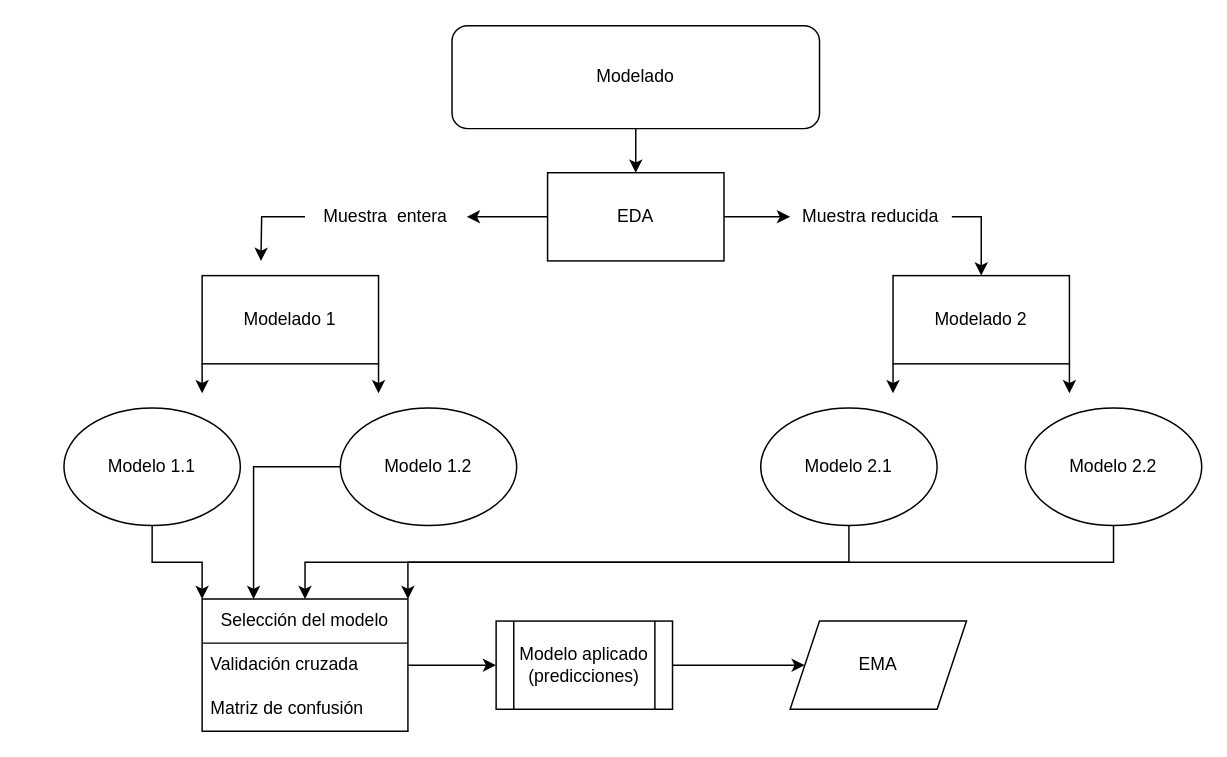
Before: brief/Diagrama sin título.drawio in alexisrangelcalvo/FP-LM-MAEA-UJED-1S, a draw.io diagram. Source tidied: cells renumbered, new cells numbered last; positions are measured from the earlier drawing's top-left corner, leaving out a move shared by most shapes. Both pictures are drawn from the tidied source at 147%, with x=0, y=0 at pixel (63, 25).
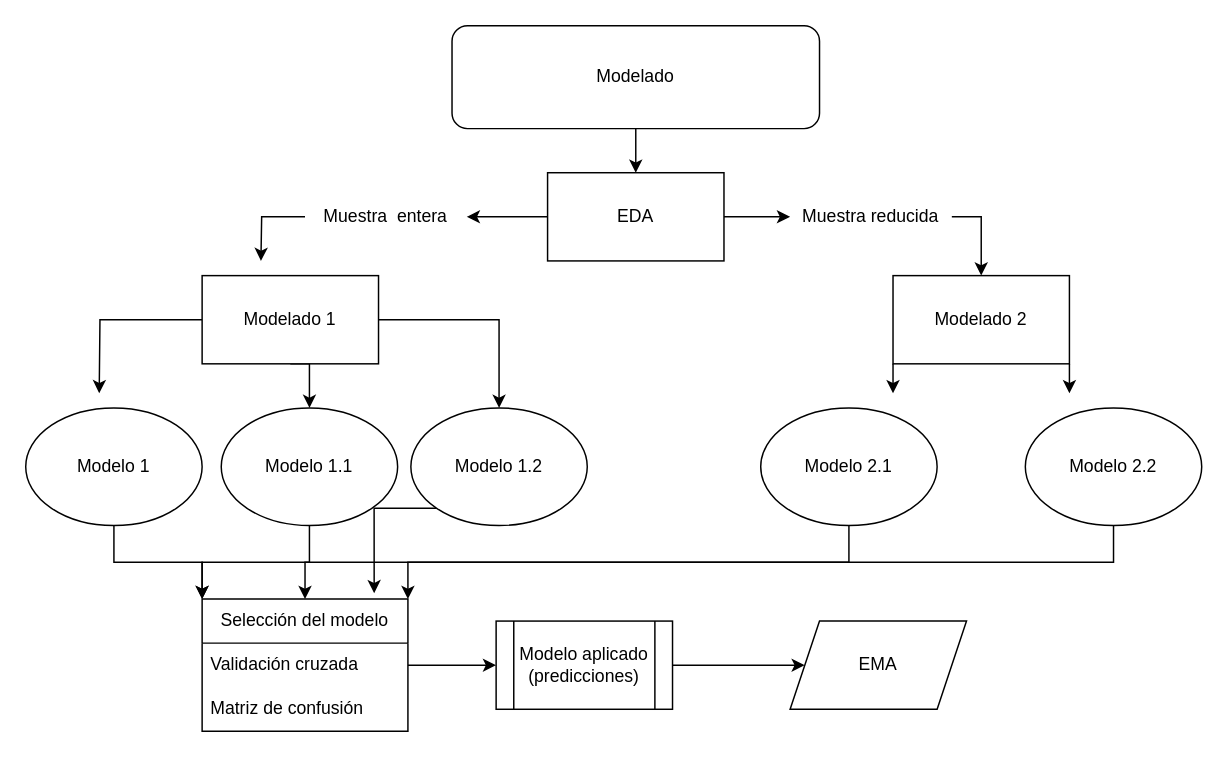
The same page after the edit.

The change refers to these unchanged cells:
```xml
<mxCell id="9" value="Modelado 1" style="rounded=0;whiteSpace=wrap;html=1;" parent="1" vertex="1">
  <mxGeometry x="94" y="170" width="120" height="60" as="geometry" />
</mxCell>
<mxCell id="28" value="Selección del modelo" style="swimlane;fontStyle=0;horizontal=1;startSize=30;whiteSpace=wrap;html=1;" parent="1" vertex="1">
  <mxGeometry x="94" y="390" width="140" height="90" as="geometry" />
</mxCell>
```

What changed in the source:
```diff
@@
-    <mxCell id="7" style="edgeStyle=orthogonalEdgeStyle;rounded=0;jettySize=auto;html=1;exitX=0;exitY=1;exitDx=0;exitDy=0;" parent="1" edge="1" source="9">
-      <mxGeometry relative="1" as="geometry">
-        <mxPoint x="94" y="250" as="targetPoint" />
-      </mxGeometry>
-    </mxCell>
-    <mxCell id="8" style="edgeStyle=orthogonalEdgeStyle;rounded=0;jettySize=auto;html=1;exitX=1;exitY=1;exitDx=0;exitDy=0;" parent="1" edge="1" source="9">
-      <mxGeometry relative="1" as="geometry">
-        <mxPoint x="214" y="250" as="targetPoint" />
-      </mxGeometry>
-    </mxCell>
+    <mxCell id="32" style="edgeStyle=orthogonalEdgeStyle;rounded=0;jettySize=auto;html=1;exitX=1;exitY=0.5;exitDx=0;exitDy=0;" parent="1" edge="1" source="9" target="16">
+      <mxGeometry relative="1" as="geometry" />
+    </mxCell>
+    <mxCell id="33" style="edgeStyle=orthogonalEdgeStyle;rounded=0;jettySize=auto;html=1;exitX=0.5;exitY=1;exitDx=0;exitDy=0;entryX=0.5;entryY=0;entryDx=0;entryDy=0;" parent="1" edge="1" source="9" target="14">
+      <mxGeometry relative="1" as="geometry" />
+    </mxCell>
+    <mxCell id="34" style="edgeStyle=orthogonalEdgeStyle;rounded=0;jettySize=auto;html=1;" parent="1" edge="1" source="9">
+      <mxGeometry relative="1" as="geometry">
+        <mxPoint x="24" y="250" as="targetPoint" />
+      </mxGeometry>
+    </mxCell>
@@
     <mxCell id="14" value="Modelo 1.1" style="ellipse;whiteSpace=wrap;html=1;" parent="1" vertex="1">
-      <mxGeometry y="260" width="120" height="80" as="geometry" />
+      <mxGeometry x="107" y="260" width="120" height="80" as="geometry" />
     </mxCell>
-    <mxCell id="15" style="edgeStyle=orthogonalEdgeStyle;rounded=0;jettySize=auto;html=1;exitX=0;exitY=0.5;exitDx=0;exitDy=0;entryX=0.25;entryY=0;entryDx=0;entryDy=0;" parent="1" edge="1" source="16" target="28">
+    <mxCell id="15" style="edgeStyle=orthogonalEdgeStyle;rounded=0;jettySize=auto;html=1;exitX=0;exitY=1;exitDx=0;exitDy=0;entryX=0.836;entryY=-0.044;entryDx=0;entryDy=0;entryPerimeter=0;" parent="1" edge="1" source="16" target="28">
       <mxGeometry relative="1" as="geometry" />
     </mxCell>
     <mxCell id="16" value="Modelo 1.2" style="ellipse;whiteSpace=wrap;html=1;" parent="1" vertex="1">
-      <mxGeometry x="188" y="260" width="120" height="80" as="geometry" />
+      <mxGeometry x="236" y="260" width="120" height="80" as="geometry" />
     </mxCell>
@@
+    <mxCell id="35" style="edgeStyle=orthogonalEdgeStyle;rounded=0;jettySize=auto;html=1;entryX=0;entryY=0;entryDx=0;entryDy=0;" parent="1" edge="1" source="36" target="28">
+      <mxGeometry relative="1" as="geometry" />
+    </mxCell>
+    <mxCell id="36" value="Modelo 1" style="ellipse;whiteSpace=wrap;html=1;" parent="1" vertex="1">
+      <mxGeometry x="-26" y="260" width="120" height="80" as="geometry" />
+    </mxCell>
```
